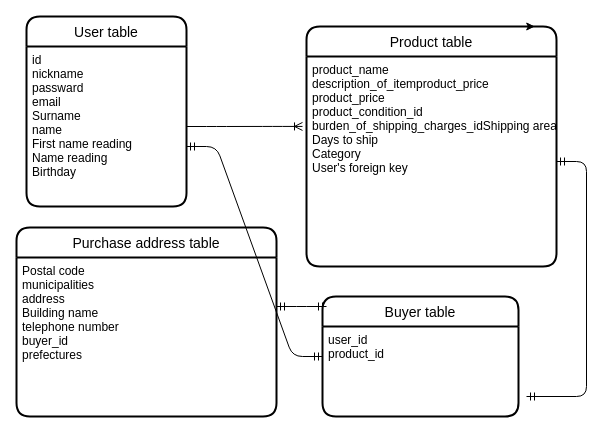
Above: REDEME.dio in KAWAUchi1013/furima-37180 (draw.io), before the change. Source tidied: cells renumbered, new cells numbered last; positions are measured from the earlier drawing's top-left corner, leaving out a move shared by most shapes. Both pictures are drawn from the tidied source at 100%, with x=0, y=0 at pixel (16, 16).
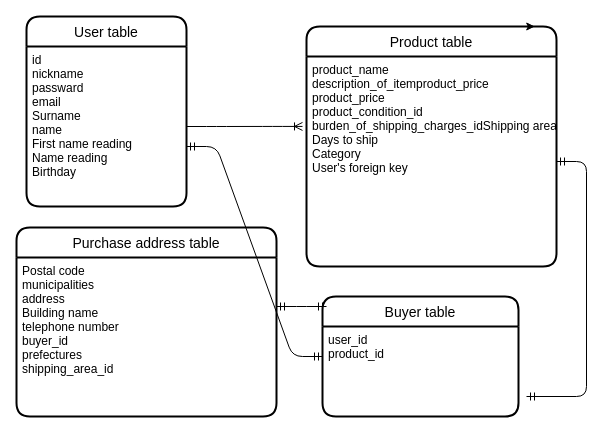
The same page after the edit.

Diff of the diagram source:
```diff
@@
 <mxGraphModel>
   <root>
     <mxCell id="0" />
     <mxCell id="1" parent="0" />
     <mxCell id="2" value="User table" style="swimlane;horizontal=1;startSize=30;rounded=1;fontSize=14;fontStyle=0;strokeWidth=2;shadow=0;dashed=0;align=center;" parent="1" vertex="1">
       <mxGeometry x="10" width="160" height="190" as="geometry" />
     </mxCell>
     <mxCell id="3" value="id&#10;nickname&#10;passward&#10;email&#10;Surname&#10;name&#10;First name reading&#10;Name reading&#10;Birthday" style="align=left;strokeColor=none;fillColor=none;spacingLeft=4;fontSize=12;verticalAlign=top;" parent="2" vertex="1">
       <mxGeometry y="30" width="160" height="160" as="geometry" />
     </mxCell>
     <mxCell id="4" value="Product table" style="swimlane;horizontal=1;startSize=30;rounded=1;fontSize=14;fontStyle=0;strokeWidth=2;shadow=0;dashed=0;align=center;" parent="1" vertex="1">
       <mxGeometry x="290" y="10" width="250" height="240" as="geometry" />
     </mxCell>
     <mxCell id="5" value="product_name&#10;description_of_itemproduct_price&#10;product_price&#10;product_condition_id&#10;burden_of_shipping_charges_idShipping area&#10;Days to ship&#10;Category&#10;User's foreign key" style="align=left;strokeColor=none;fillColor=none;spacingLeft=4;fontSize=12;verticalAlign=top;" parent="4" vertex="1">
       <mxGeometry y="30" width="250" height="210" as="geometry" />
     </mxCell>
     <mxCell id="6" value="Buyer table" style="swimlane;horizontal=1;startSize=30;rounded=1;fontSize=14;fontStyle=0;strokeWidth=2;shadow=0;dashed=0;align=center;" parent="1" vertex="1">
       <mxGeometry x="306" y="280" width="196" height="120" as="geometry" />
     </mxCell>
     <mxCell id="7" value="user_id&#10;product_id" style="align=left;strokeColor=none;fillColor=none;spacingLeft=4;fontSize=12;verticalAlign=top;" parent="6" vertex="1">
       <mxGeometry y="30" width="196" height="90" as="geometry" />
     </mxCell>
     <mxCell id="8" style="edgeStyle=entityRelationEdgeStyle;fontSize=12;html=1;endArrow=ERoneToMany;entryX=-0.016;entryY=0.333;entryDx=0;entryDy=0;entryPerimeter=0;" parent="1" edge="1" target="5">
       <mxGeometry relative="1" as="geometry">
         <mxPoint x="170" y="110" as="sourcePoint" />
       </mxGeometry>
     </mxCell>
     <mxCell id="9" value="Purchase address table" style="swimlane;horizontal=1;startSize=30;rounded=1;fontSize=14;fontStyle=0;strokeWidth=2;shadow=0;dashed=0;align=center;direction=east;" parent="1" vertex="1">
       <mxGeometry y="211" width="260" height="189" as="geometry" />
     </mxCell>
-    <mxCell id="10" value="Postal code&#10;municipalities&#10;address&#10;Building name&#10;telephone number&#10;buyer_id&#10;prefectures" style="align=left;strokeColor=none;fillColor=none;spacingLeft=4;fontSize=12;verticalAlign=top;" parent="9" vertex="1">
+    <mxCell id="10" value="Postal code&#10;municipalities&#10;address&#10;Building name&#10;telephone number&#10;buyer_id&#10;prefectures&#10;shipping_area_id" style="align=left;strokeColor=none;fillColor=none;spacingLeft=4;fontSize=12;verticalAlign=top;" parent="9" vertex="1">
       <mxGeometry y="30" width="260" height="159" as="geometry" />
     </mxCell>
     <mxCell id="11" style="edgeStyle=entityRelationEdgeStyle;fontSize=12;html=1;endArrow=ERmandOne;startArrow=ERmandOne;" parent="1" edge="1" target="5">
       <mxGeometry relative="1" as="geometry">
         <mxPoint x="510" y="380" as="sourcePoint" />
       </mxGeometry>
     </mxCell>
     <mxCell id="12" style="edgeStyle=entityRelationEdgeStyle;fontSize=12;html=1;endArrow=ERmandOne;startArrow=ERmandOne;" parent="1" edge="1">
       <mxGeometry relative="1" as="geometry">
         <mxPoint x="260" y="290" as="sourcePoint" />
         <mxPoint x="310" y="290" as="targetPoint" />
       </mxGeometry>
     </mxCell>
     <mxCell id="13" style="edgeStyle=entityRelationEdgeStyle;fontSize=12;html=1;endArrow=ERmandOne;startArrow=ERmandOne;" parent="1" edge="1" target="6">
       <mxGeometry relative="1" as="geometry">
         <mxPoint x="170" y="130" as="sourcePoint" />
       </mxGeometry>
     </mxCell>
     <mxCell id="14" style="edgeStyle=none;html=1;exitX=0.5;exitY=0;exitDx=0;exitDy=0;entryX=0.913;entryY=0;entryDx=0;entryDy=0;entryPerimeter=0;" parent="1" edge="1" source="4" target="4">
       <mxGeometry relative="1" as="geometry" />
     </mxCell>
   </root>
 </mxGraphModel>
```
